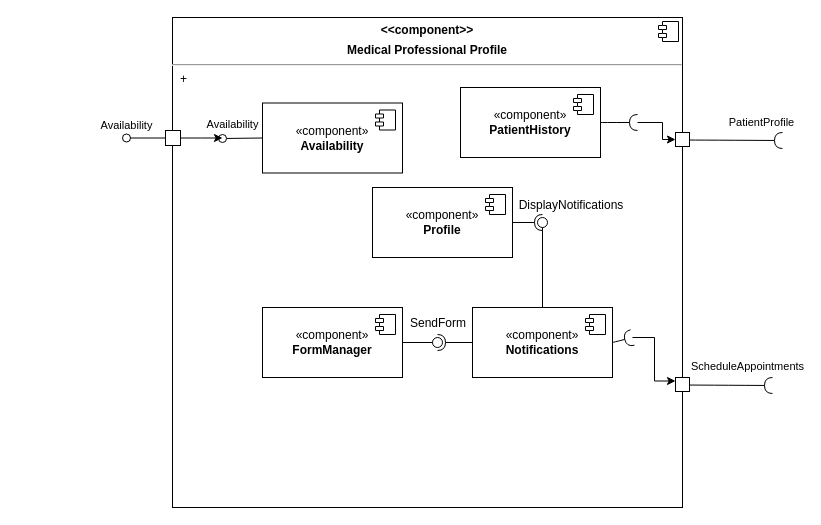
Before: Milestone-2/Med-Prof-Component-Diagram.drawio in uvic-teach/project-m1-team10, a draw.io diagram. Source tidied: cells renumbered, new cells numbered last; positions are measured from the earlier drawing's top-left corner, leaving out a move shared by most shapes. Both pictures are drawn from the tidied source at 100%, with x=0, y=0 at pixel (122, 17).
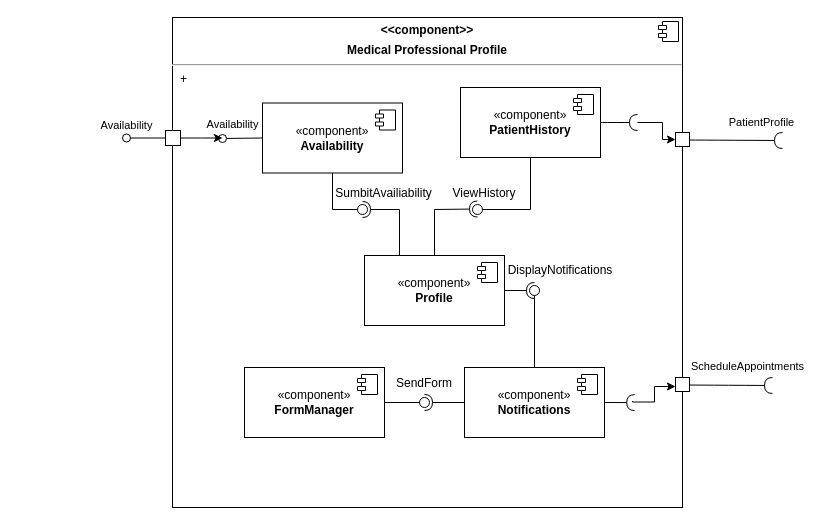
The same diagram, later.

Unchanged cells that the change refers to:
```xml
<mxCell id="9" value="«component»&lt;br&gt;&lt;b&gt;PatientHistory&lt;/b&gt;" style="html=1;whiteSpace=wrap;" parent="1" vertex="1">
  <mxGeometry x="338" y="70" width="140" height="70" as="geometry" />
</mxCell>
<mxCell id="27" style="whiteSpace=wrap;html=1;" parent="1" vertex="1">
  <mxGeometry x="553" y="360" width="14" height="14" as="geometry" />
</mxCell>
<mxCell id="31" value="«component»&lt;br&gt;&lt;b&gt;Availability&lt;/b&gt;" style="html=1;whiteSpace=wrap;" parent="1" vertex="1">
  <mxGeometry x="140" y="85.5" width="140" height="70" as="geometry" />
</mxCell>
```

What changed in the source:
```diff
@@
     <mxCell id="13" value="«component»&lt;br&gt;&lt;b&gt;Profile&lt;/b&gt;" style="html=1;whiteSpace=wrap;" parent="1" vertex="1">
-      <mxGeometry x="250" y="170" width="140" height="70" as="geometry" />
+      <mxGeometry x="242" y="238" width="140" height="70" as="geometry" />
     </mxCell>
@@
-    <mxCell id="15" style="edgeStyle=orthogonalEdgeStyle;rounded=0;jettySize=auto;html=1;entryX=0;entryY=0.25;entryDx=0;entryDy=0;" parent="1" edge="1" target="27">
-      <mxGeometry relative="1" as="geometry">
-        <mxPoint x="510" y="320" as="sourcePoint" />
-        <Array as="points">
-          <mxPoint x="532" y="320" />
-          <mxPoint x="532" y="364" />
-        </Array>
-      </mxGeometry>
-    </mxCell>
+    <mxCell id="41" style="edgeStyle=orthogonalEdgeStyle;rounded=0;orthogonalLoop=1;jettySize=auto;html=1;entryX=0;entryY=0.75;entryDx=0;entryDy=0;" parent="1" edge="1">
+      <mxGeometry relative="1" as="geometry">
+        <mxPoint x="510" y="383.5" as="sourcePoint" />
+        <mxPoint x="553" y="369" as="targetPoint" />
+        <Array as="points">
+          <mxPoint x="510" y="384.5" />
+          <mxPoint x="532" y="384.5" />
+          <mxPoint x="532" y="369.5" />
+        </Array>
+      </mxGeometry>
+    </mxCell>
     <mxCell id="16" value="«component»&lt;br&gt;&lt;b&gt;Notifications&lt;/b&gt;" style="html=1;whiteSpace=wrap;" parent="1" vertex="1">
-      <mxGeometry x="350" y="290" width="140" height="70" as="geometry" />
+      <mxGeometry x="342" y="350" width="140" height="70" as="geometry" />
     </mxCell>
@@
     <mxCell id="18" value="«component»&lt;br&gt;&lt;b&gt;FormManager&lt;/b&gt;" style="html=1;whiteSpace=wrap;" parent="1" vertex="1">
-      <mxGeometry x="140" y="290" width="140" height="70" as="geometry" />
+      <mxGeometry x="122" y="350" width="140" height="70" as="geometry" />
     </mxCell>
@@
-    <mxCell id="20" style="rounded=0;jettySize=auto;html=1;endArrow=halfCircle;endFill=0;endSize=6;strokeWidth=1;sketch=0;exitX=1;exitY=0.5;exitDx=0;exitDy=0;" parent="1" edge="1" source="13" target="22">
-      <mxGeometry relative="1" as="geometry" />
+    <mxCell id="20" style="rounded=0;jettySize=auto;html=1;endArrow=halfCircle;endFill=0;endSize=6;strokeWidth=1;sketch=0;exitX=1;exitY=0.5;exitDx=0;exitDy=0;" parent="1" edge="1" source="13">
+      <mxGeometry relative="1" as="geometry">
+        <mxPoint x="412" y="273" as="targetPoint" />
+      </mxGeometry>
     </mxCell>
-    <mxCell id="21" style="rounded=0;jettySize=auto;html=1;endArrow=oval;endFill=0;sketch=0;sourcePerimeterSpacing=0;targetPerimeterSpacing=0;endSize=10;exitX=0.5;exitY=0;exitDx=0;exitDy=0;" parent="1" edge="1" source="16" target="22">
-      <mxGeometry relative="1" as="geometry" />
+    <mxCell id="21" style="rounded=0;jettySize=auto;html=1;endArrow=oval;endFill=0;sketch=0;sourcePerimeterSpacing=0;targetPerimeterSpacing=0;endSize=10;exitX=0.5;exitY=0;exitDx=0;exitDy=0;" parent="1" edge="1" source="16">
+      <mxGeometry relative="1" as="geometry">
+        <mxPoint x="412" y="273" as="targetPoint" />
+      </mxGeometry>
     </mxCell>
     <mxCell id="22" style="ellipse;whiteSpace=wrap;html=1;align=center;fillColor=none;strokeColor=none;perimeter=centerPerimeter;points=[];outlineConnect=1;" parent="1" vertex="1">
-      <mxGeometry x="415" y="200" width="10" height="10" as="geometry" />
+      <mxGeometry x="415" y="268" width="10" height="10" as="geometry" />
     </mxCell>
     <mxCell id="23" style="rounded=0;jettySize=auto;html=1;endArrow=halfCircle;endFill=0;endSize=6;strokeWidth=1;sketch=0;exitX=0;exitY=0.5;exitDx=0;exitDy=0;" parent="1" edge="1" source="16">
       <mxGeometry relative="1" as="geometry">
-        <mxPoint x="315" y="325" as="targetPoint" />
+        <mxPoint x="302" y="385" as="targetPoint" />
       </mxGeometry>
     </mxCell>
@@
-    <mxCell id="28" style="rounded=0;jettySize=auto;html=1;endArrow=halfCircle;endFill=0;endSize=6;strokeWidth=1;sketch=0;fontSize=12;curved=1;exitX=1;exitY=0.5;exitDx=0;exitDy=0;" parent="1" edge="1" source="16">
+    <mxCell id="28" style="rounded=0;jettySize=auto;html=1;endArrow=halfCircle;endFill=0;endSize=6;strokeWidth=1;sketch=0;fontSize=12;curved=1;exitX=1;exitY=0.5;exitDx=0;exitDy=0;entryX=0.922;entryY=0.786;entryDx=0;entryDy=0;entryPerimeter=0;" parent="1" edge="1" source="16">
       <mxGeometry relative="1" as="geometry">
-        <mxPoint x="510" y="320" as="targetPoint" />
+        <mxPoint x="512.2" y="385.1" as="targetPoint" />
       </mxGeometry>
     </mxCell>
@@
     <mxCell id="30" style="rounded=0;jettySize=auto;html=1;endArrow=oval;endFill=0;sketch=0;sourcePerimeterSpacing=0;targetPerimeterSpacing=0;endSize=10;exitX=1;exitY=0.5;exitDx=0;exitDy=0;" parent="1" edge="1" source="18">
       <mxGeometry relative="1" as="geometry">
-        <mxPoint x="315" y="325" as="targetPoint" />
+        <mxPoint x="302" y="385" as="targetPoint" />
       </mxGeometry>
     </mxCell>
@@
     <mxCell id="39" value="SendForm" style="text;strokeColor=none;align=center;fillColor=none;html=1;verticalAlign=middle;whiteSpace=wrap;rounded=0;" parent="1" vertex="1">
-      <mxGeometry x="286" y="296" width="60" height="19" as="geometry" />
+      <mxGeometry x="272" y="356" width="60" height="19" as="geometry" />
     </mxCell>
     <mxCell id="40" value="DisplayNotifications" style="text;strokeColor=none;align=center;fillColor=none;html=1;verticalAlign=middle;whiteSpace=wrap;rounded=0;" parent="1" vertex="1">
-      <mxGeometry x="393" y="178" width="112" height="19" as="geometry" />
+      <mxGeometry x="382" y="243" width="112" height="19" as="geometry" />
     </mxCell>
+    <mxCell id="42" style="ellipse;whiteSpace=wrap;html=1;align=center;fillColor=none;strokeColor=none;perimeter=centerPerimeter;" parent="1" vertex="1">
+      <mxGeometry x="353" y="190" width="10" height="10" as="geometry" />
+    </mxCell>
+    <mxCell id="43" value="ViewHistory" style="text;strokeColor=none;align=center;fillColor=none;html=1;verticalAlign=middle;whiteSpace=wrap;rounded=0;" parent="1" vertex="1">
+      <mxGeometry x="332" y="166" width="60" height="19" as="geometry" />
+    </mxCell>
+    <mxCell id="44" style="ellipse;whiteSpace=wrap;html=1;align=center;fillColor=none;strokeColor=none;perimeter=centerPerimeter;" parent="1" vertex="1">
+      <mxGeometry x="215" y="190" width="10" height="10" as="geometry" />
+    </mxCell>
+    <mxCell id="45" style="ellipse;whiteSpace=wrap;html=1;align=center;fillColor=none;strokeColor=none;perimeter=centerPerimeter;" parent="1" vertex="1">
+      <mxGeometry x="453" y="190" width="10" height="10" as="geometry" />
+    </mxCell>
+    <mxCell id="46" style="rounded=0;jettySize=auto;html=1;endArrow=halfCircle;endFill=0;endSize=6;strokeWidth=1;sketch=0;exitX=0.5;exitY=0;exitDx=0;exitDy=0;" parent="1" edge="1" source="13">
+      <mxGeometry relative="1" as="geometry">
+        <mxPoint x="355" y="191.5" as="targetPoint" />
+        <Array as="points">
+          <mxPoint x="312" y="192" />
+        </Array>
+      </mxGeometry>
+    </mxCell>
+    <mxCell id="47" style="rounded=0;jettySize=auto;html=1;endArrow=oval;endFill=0;sketch=0;sourcePerimeterSpacing=0;targetPerimeterSpacing=0;endSize=10;exitX=0.5;exitY=1;exitDx=0;exitDy=0;" parent="1" edge="1" source="9">
+      <mxGeometry relative="1" as="geometry">
+        <mxPoint x="355" y="192" as="targetPoint" />
+        <Array as="points">
+          <mxPoint x="408" y="192" />
+        </Array>
+      </mxGeometry>
+    </mxCell>
+    <mxCell id="48" style="ellipse;whiteSpace=wrap;html=1;align=center;fillColor=none;strokeColor=none;perimeter=centerPerimeter;" parent="1" vertex="1">
+      <mxGeometry x="-105" y="230" width="10" height="10" as="geometry" />
+    </mxCell>
+    <mxCell id="49" style="rounded=0;jettySize=auto;html=1;endArrow=halfCircle;endFill=0;endSize=6;strokeWidth=1;sketch=0;exitX=0.25;exitY=0;exitDx=0;exitDy=0;" parent="1" edge="1" source="13" target="51">
+      <mxGeometry relative="1" as="geometry">
+        <Array as="points">
+          <mxPoint x="277" y="192" />
+        </Array>
+      </mxGeometry>
+    </mxCell>
+    <mxCell id="50" style="rounded=0;jettySize=auto;html=1;endArrow=oval;endFill=0;sketch=0;sourcePerimeterSpacing=0;targetPerimeterSpacing=0;endSize=10;exitX=0.5;exitY=1;exitDx=0;exitDy=0;" parent="1" edge="1" source="31" target="51">
+      <mxGeometry relative="1" as="geometry">
+        <Array as="points">
+          <mxPoint x="210" y="192" />
+        </Array>
+      </mxGeometry>
+    </mxCell>
+    <mxCell id="51" style="ellipse;whiteSpace=wrap;html=1;align=center;fillColor=none;strokeColor=none;perimeter=centerPerimeter;points=[];outlineConnect=1;" parent="1" vertex="1">
+      <mxGeometry x="235" y="187" width="10" height="10" as="geometry" />
+    </mxCell>
+    <mxCell id="52" value="SumbitAvailiability" style="text;strokeColor=none;align=center;fillColor=none;html=1;verticalAlign=middle;whiteSpace=wrap;rounded=0;" parent="1" vertex="1">
+      <mxGeometry x="215" y="166" width="93" height="19" as="geometry" />
+    </mxCell>
```
